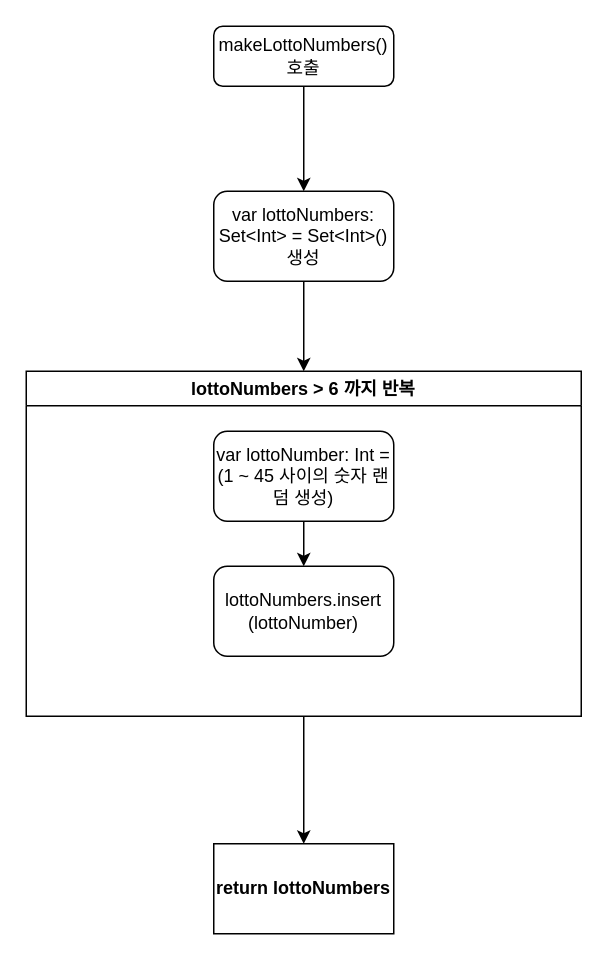
Earlier version of the draw.io diagram Untitled Diagram.drawio (yagom-academy/swift-starter-Round2). Source tidied: cells renumbered, new cells numbered last; positions are measured from the earlier drawing's top-left corner, leaving out a move shared by most shapes. Both pictures are drawn from the tidied source at 150%, with x=0, y=0 at pixel (26, 26).
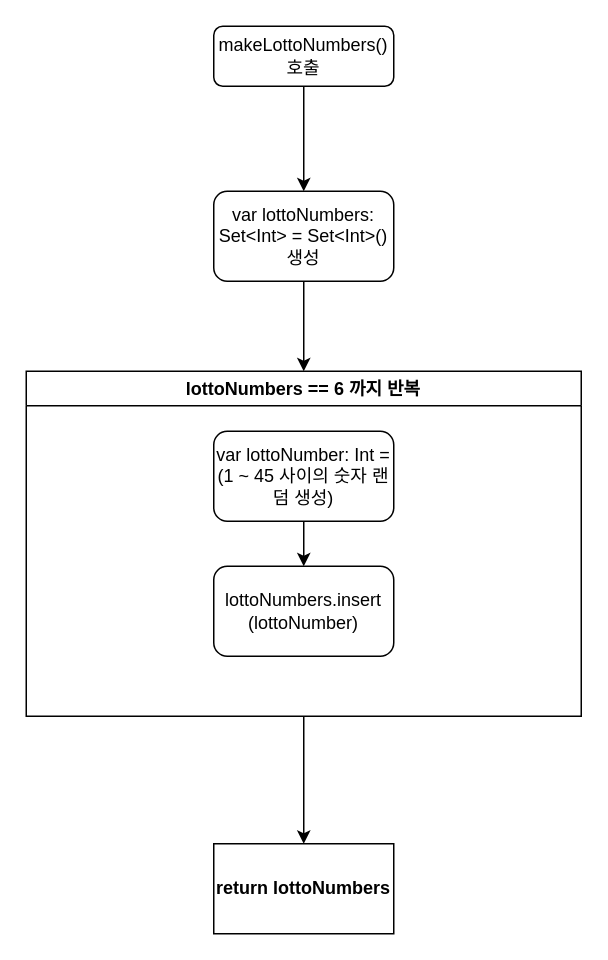
The same diagram, later.

Commit message:
Update 반복문 조건 변경

What changed in the source:
```diff
@@
 <mxGraphModel>
   <root>
     <mxCell id="0" />
     <mxCell id="1" parent="0" />
     <mxCell id="2" style="edgeStyle=orthogonalEdgeStyle;rounded=0;jettySize=auto;html=1;" parent="1" edge="1" source="3" target="5">
       <mxGeometry relative="1" as="geometry" />
     </mxCell>
     <mxCell id="3" value="makeLottoNumbers() 호출" style="rounded=1;whiteSpace=wrap;html=1;fontSize=12;glass=0;strokeWidth=1;shadow=0;" parent="1" vertex="1">
       <mxGeometry x="125" width="120" height="40" as="geometry" />
     </mxCell>
     <mxCell id="4" style="edgeStyle=orthogonalEdgeStyle;rounded=0;jettySize=auto;html=1;entryX=0.5;entryY=0;entryDx=0;entryDy=0;" parent="1" edge="1" source="5" target="7">
       <mxGeometry relative="1" as="geometry" />
     </mxCell>
     <mxCell id="5" value="var lottoNumbers: Set&amp;lt;Int&amp;gt; = Set&amp;lt;Int&amp;gt;()&lt;br&gt;생성" style="whiteSpace=wrap;html=1;rounded=1;glass=0;strokeWidth=1;shadow=0;" parent="1" vertex="1">
       <mxGeometry x="125" y="110" width="120" height="60" as="geometry" />
     </mxCell>
     <mxCell id="6" style="edgeStyle=orthogonalEdgeStyle;rounded=0;jettySize=auto;html=1;" parent="1" edge="1" source="7" target="12">
       <mxGeometry relative="1" as="geometry" />
     </mxCell>
-    <mxCell id="7" value="lottoNumbers &gt; 6 까지 반복" style="swimlane;" parent="1" vertex="1">
+    <mxCell id="7" value="lottoNumbers == 6 까지 반복" style="swimlane;" parent="1" vertex="1">
       <mxGeometry y="230" width="370" height="230" as="geometry" />
     </mxCell>
     <mxCell id="8" style="edgeStyle=orthogonalEdgeStyle;rounded=0;jettySize=auto;html=1;" parent="7" edge="1" source="9" target="11">
       <mxGeometry relative="1" as="geometry" />
     </mxCell>
     <mxCell id="9" value="var lottoNumber: Int = (1 ~ 45 사이의 숫자 랜덤 생성)" style="rounded=1;whiteSpace=wrap;html=1;" parent="7" vertex="1">
       <mxGeometry x="125" y="40" width="120" height="60" as="geometry" />
     </mxCell>
     <mxCell id="10" style="edgeStyle=orthogonalEdgeStyle;rounded=0;orthogonalLoop=1;jettySize=auto;html=1;exitX=0.5;exitY=1;exitDx=0;exitDy=0;" parent="7" edge="1" source="9" target="9">
       <mxGeometry relative="1" as="geometry" />
     </mxCell>
     <mxCell id="11" value="lottoNumbers.insert&lt;br&gt;(lottoNumber)" style="whiteSpace=wrap;html=1;rounded=1;" parent="7" vertex="1">
       <mxGeometry x="125" y="130" width="120" height="60" as="geometry" />
     </mxCell>
     <mxCell id="12" value="return lottoNumbers" style="whiteSpace=wrap;html=1;fontStyle=1;startSize=23;" parent="1" vertex="1">
       <mxGeometry x="125" y="545" width="120" height="60" as="geometry" />
     </mxCell>
   </root>
 </mxGraphModel>
```
